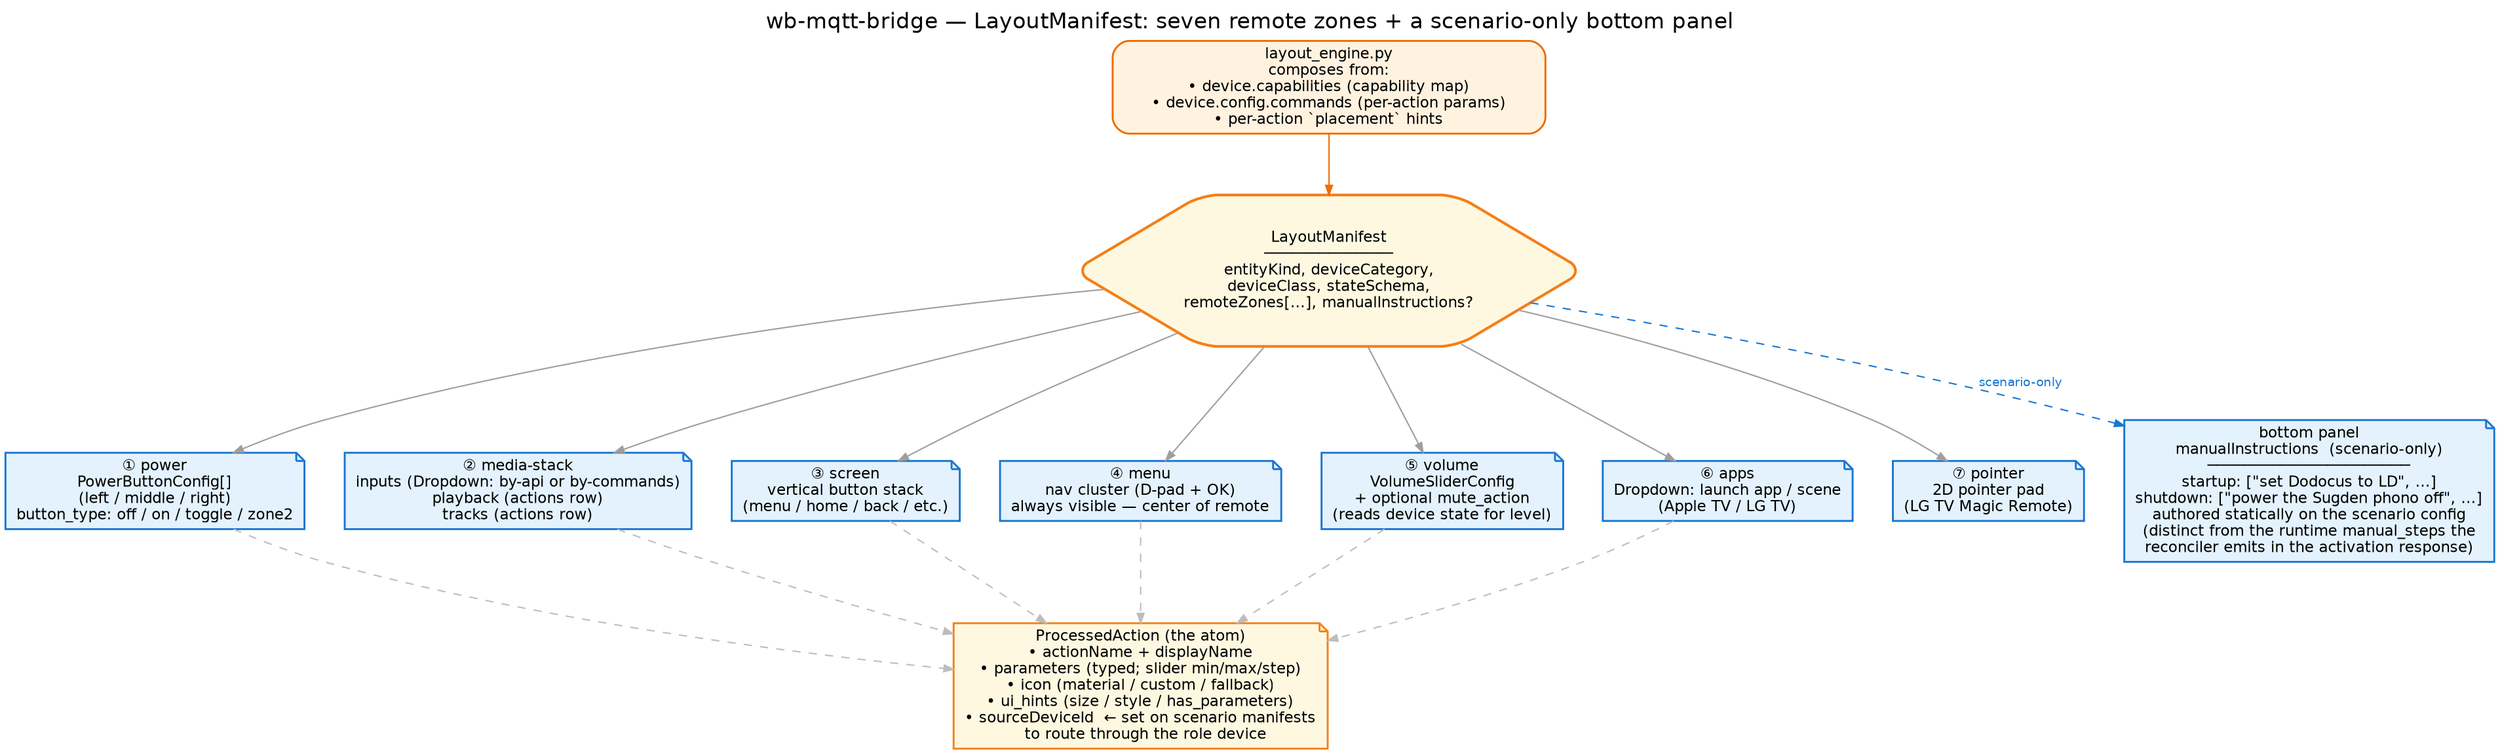
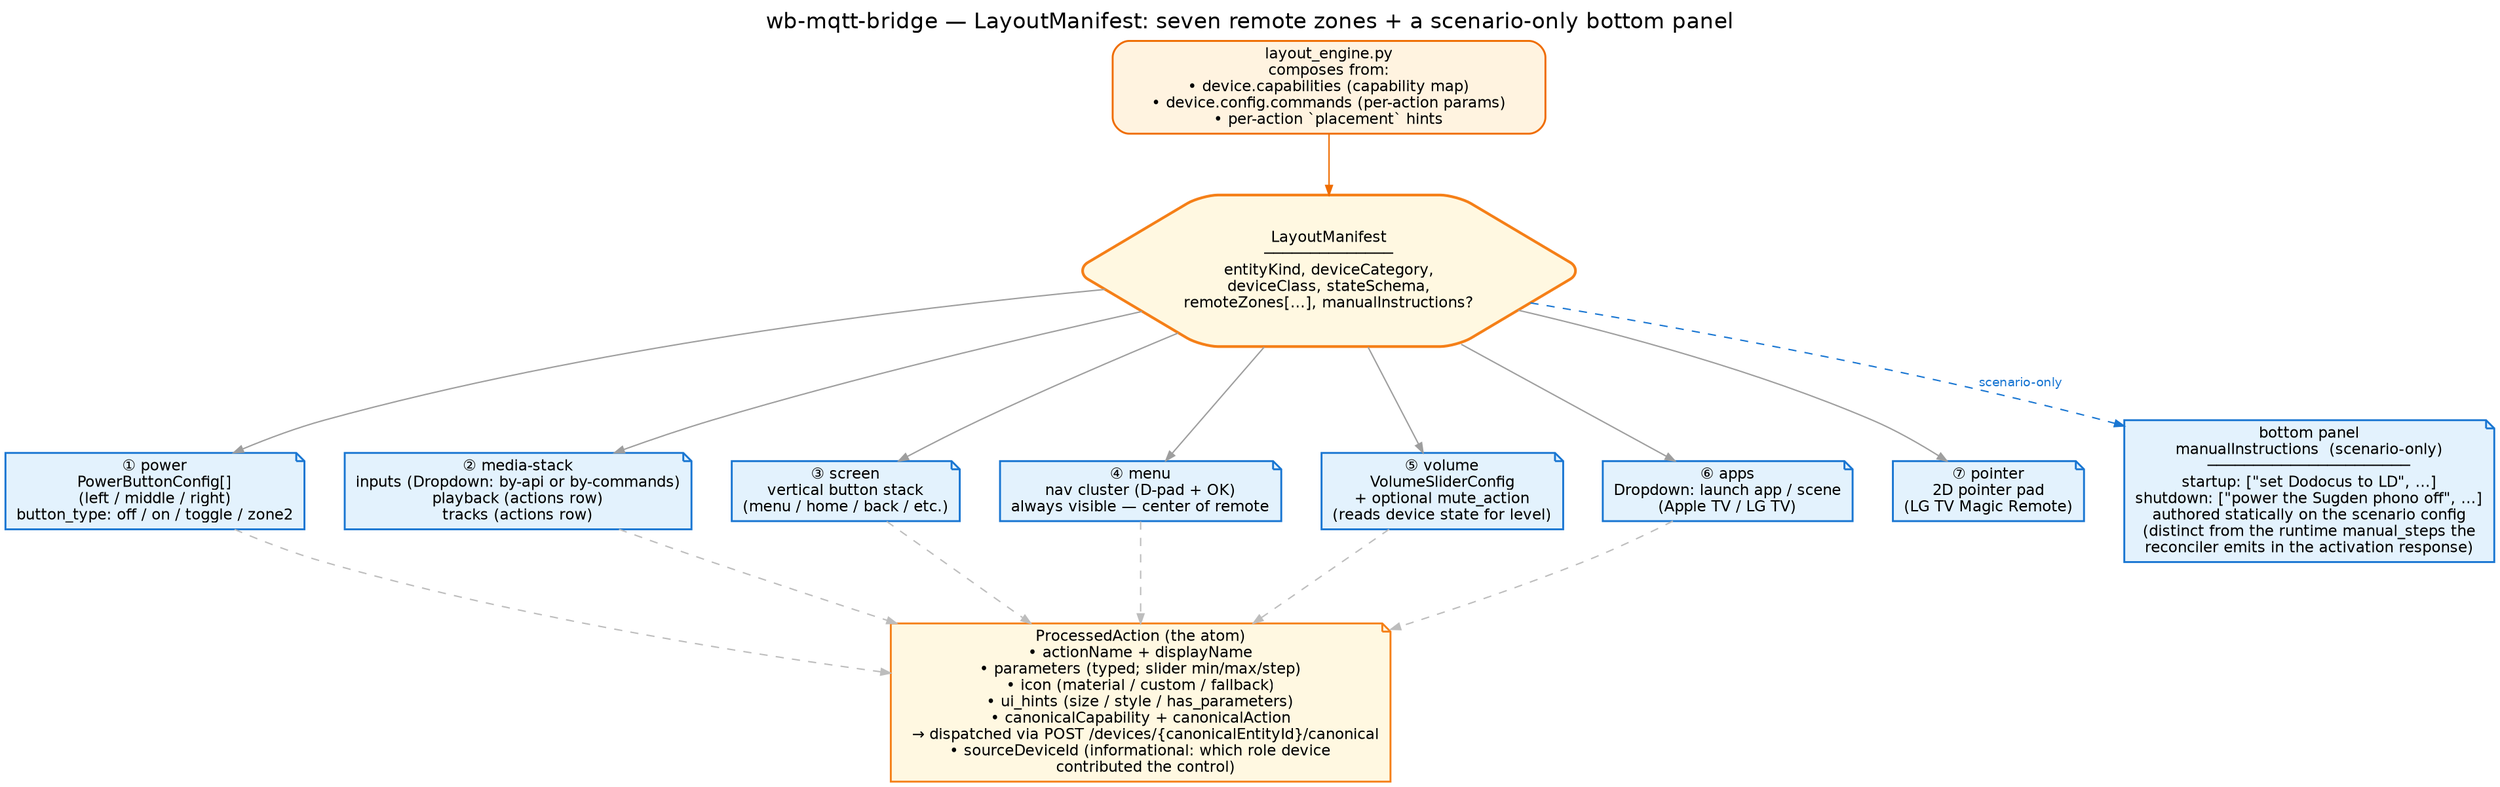
// wb-mqtt-bridge — anatomy of a LayoutManifest. Render:
//   dot -Tpng docs/images/layout-manifest.dot -o docs/images/layout-manifest.png
// Palette: see hexagon.dot header.
digraph layout_manifest {
  rankdir=TB;
  bgcolor="white";
  splines=spline;
  nodesep=0.4; ranksep=0.6;
  fontname="Helvetica"; labelloc=t; fontsize=16;
  label="wb-mqtt-bridge — LayoutManifest: seven remote zones + a scenario-only bottom panel";

  node [fontname="Helvetica", fontsize=11, shape=box, style="filled,rounded", penwidth=1.4];
  edge [fontname="Helvetica", fontsize=9, color="#9e9e9e", arrowsize=0.7];

  // header / source
  source [label="layout_engine.py\ncomposes from:\n• device.capabilities (capability map)\n• device.config.commands (per-action params)\n• per-action `placement` hints",
          fillcolor="#fff3e0", color="#ef6c00", width=4.4];

  manifest [label="LayoutManifest\n──────────────\nentityKind, deviceCategory,\ndeviceClass, stateSchema,\nremoteZones[…], manualInstructions?",
            fillcolor="#fff8e1", color="#f57f17", shape=hexagon, penwidth=2];

  // the seven zone notes
  zone_power [shape=note, fillcolor="#e3f2fd", color="#1976d2",
              label="① power\nPowerButtonConfig[]\n(left / middle / right)\nbutton_type: off / on / toggle / zone2"];
  zone_media [shape=note, fillcolor="#e3f2fd", color="#1976d2",
              label="② media-stack\ninputs (Dropdown: by-api or by-commands)\nplayback (actions row)\ntracks (actions row)"];
  zone_screen [shape=note, fillcolor="#e3f2fd", color="#1976d2",
               label="③ screen\nvertical button stack\n(menu / home / back / etc.)"];
  zone_menu [shape=note, fillcolor="#e3f2fd", color="#1976d2",
            label="④ menu\nnav cluster (D-pad + OK)\nalways visible — center of remote"];
  zone_volume [shape=note, fillcolor="#e3f2fd", color="#1976d2",
              label="⑤ volume\nVolumeSliderConfig\n+ optional mute_action\n(reads device state for level)"];
  zone_apps [shape=note, fillcolor="#e3f2fd", color="#1976d2",
            label="⑥ apps\nDropdown: launch app / scene\n(Apple TV / LG TV)"];
  zone_pointer [shape=note, fillcolor="#e3f2fd", color="#1976d2",
                label="⑦ pointer\n2D pointer pad\n(LG TV Magic Remote)"];

  // sibling of remoteZones: scenario-only bottom panel for authored manual notes
  manual_panel [shape=note, fillcolor="#e3f2fd", color="#1976d2",
                label="bottom panel\nmanualInstructions  (scenario-only)\n──────────────────────\nstartup: [\"set Dodocus to LD\", …]\nshutdown: [\"power the Sugden phono off\", …]\nauthored statically on the scenario config\n(distinct from the runtime manual_steps the\nreconciler emits in the activation response)"];

  // the action atom (referenced by every zone)
  action [shape=note, fillcolor="#fff8e1", color="#f57f17",
-           label="ProcessedAction (the atom)\n• actionName + displayName\n• parameters (typed; slider min/max/step)\n• icon (material / custom / fallback)\n• ui_hints (size / style / has_parameters)\n• sourceDeviceId  ← set on scenario manifests\n  to route through the role device"];
+           label="ProcessedAction (the atom)\n• actionName + displayName\n• parameters (typed; slider min/max/step)\n• icon (material / custom / fallback)\n• ui_hints (size / style / has_parameters)\n• canonicalCapability + canonicalAction\n  → dispatched via POST /devices/{canonicalEntityId}/canonical\n• sourceDeviceId (informational: which role device\n  contributed the control)"];

  source -> manifest [color="#ef6c00"];
  manifest -> zone_power;
  manifest -> zone_media;
  manifest -> zone_screen;
  manifest -> zone_menu;
  manifest -> zone_volume;
  manifest -> zone_apps;
  manifest -> zone_pointer;
  manifest -> manual_panel [style=dashed, label="scenario-only", color="#1976d2", fontcolor="#1976d2"];

  zone_power  -> action [style=dashed, color="#bdbdbd"];
  zone_media  -> action [style=dashed, color="#bdbdbd"];
  zone_screen -> action [style=dashed, color="#bdbdbd"];
  zone_menu   -> action [style=dashed, color="#bdbdbd"];
  zone_volume -> action [style=dashed, color="#bdbdbd"];
  zone_apps   -> action [style=dashed, color="#bdbdbd"];
  zone_pointer -> action [style=invis];

  {rank=same; zone_power; zone_media; zone_screen; zone_menu}
  {rank=same; zone_volume; zone_apps; zone_pointer; manual_panel}
}
